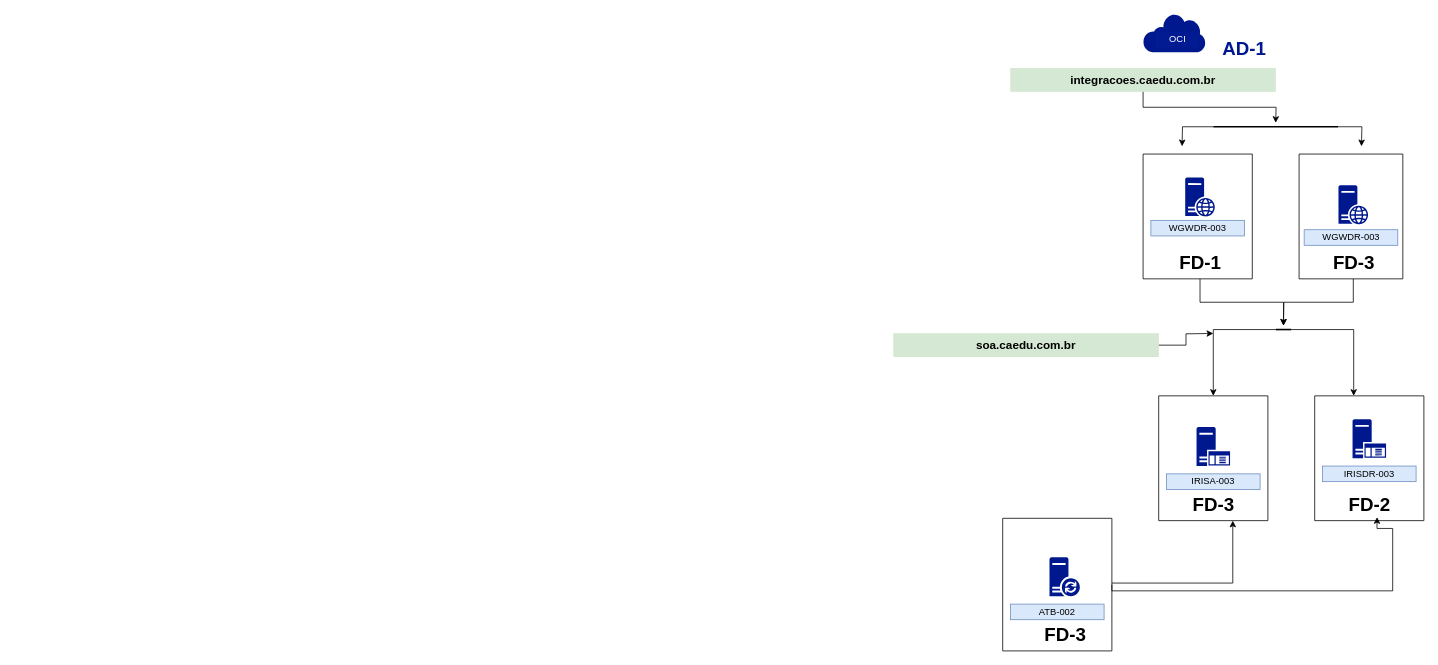
The draw.io diagram page "Servers" (1 of 2) of Diagrama sem nome.drawio in alexandre-vasconcelos/ubuntu, before the edit. Source tidied: cells renumbered, new cells numbered last; positions are measured from the earlier drawing's top-left corner, leaving out a move shared by most shapes. Both pictures are drawn from the tidied source at 78%, with x=0, y=0 at pixel (893, 13).
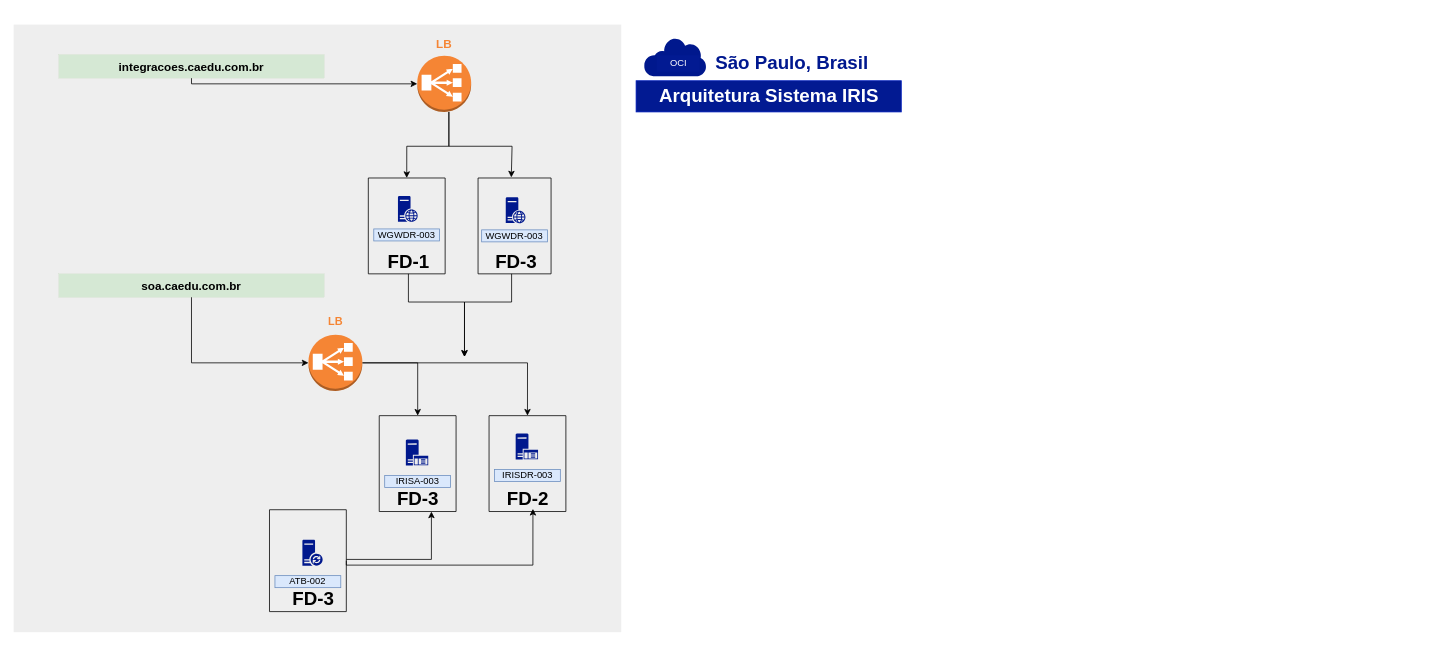
The same diagram, later.

Change to the diagram source:
```diff
@@
+    <mxCell id="40" style="whiteSpace=wrap;html=1;fillColor=#eeeeee;strokeColor=none;" parent="1" vertex="1">
+      <mxGeometry x="-1128" y="14" width="779" height="779" as="geometry" />
+    </mxCell>
     <mxCell id="2" style="sketch=0;shadow=0;dashed=0;html=1;strokeColor=none;labelPosition=center;verticalLabelPosition=bottom;verticalAlign=top;align=center;fillColor=#00188D;shape=mxgraph.mscae.enterprise.internet;" parent="1" vertex="1">
-      <mxGeometry x="320" width="80" height="49.6" as="geometry" />
+      <mxGeometry x="-320" y="30.6" width="80" height="49.6" as="geometry" />
     </mxCell>
     <mxCell id="3" value="OCI" style="text;html=1;align=center;verticalAlign=middle;whiteSpace=wrap;rounded=0;fillColor=#021a92;strokeColor=none;fontColor=#ffffff;" parent="1" vertex="1">
-      <mxGeometry x="336.5" y="22.6" width="55" height="21.4" as="geometry" />
+      <mxGeometry x="-303.5" y="53.2" width="55" height="21.4" as="geometry" />
     </mxCell>
-    <mxCell id="4" value="&lt;h1&gt;AD-1&lt;/h1&gt;" style="text;html=1;align=center;verticalAlign=middle;whiteSpace=wrap;rounded=0;fontColor=#00188f;" parent="1" vertex="1">
-      <mxGeometry x="420" y="31" width="60" height="30" as="geometry" />
-    </mxCell>
+    <mxCell id="41" style="edgeStyle=orthogonalEdgeStyle;rounded=0;jettySize=auto;html=1;" parent="1" edge="1" source="28" target="47">
+      <mxGeometry relative="1" as="geometry">
+        <Array as="points">
+          <mxPoint x="-900" y="90" />
+        </Array>
+      </mxGeometry>
+    </mxCell>
+    <mxCell id="28" value="&lt;h1 style=&quot;font-size: 15px;&quot;&gt;integracoes.caedu.com.br&lt;/h1&gt;" style="text;html=1;align=center;verticalAlign=middle;whiteSpace=wrap;rounded=0;strokeWidth=0;fontSize=15;fillColor=#d5e8d4;strokeColor=#82b366;" parent="1" vertex="1">
+      <mxGeometry x="-1070" y="52.6" width="340" height="30" as="geometry" />
+    </mxCell>
+    <mxCell id="37" value="&lt;h1 style=&quot;font-size: 15px;&quot;&gt;soa.caedu.com.br&lt;/h1&gt;" style="text;html=1;align=center;verticalAlign=middle;whiteSpace=wrap;rounded=0;strokeWidth=0;fontSize=15;fillColor=#d5e8d4;strokeColor=#82b366;" parent="1" vertex="1">
+      <mxGeometry x="-1070" y="333.6" width="340" height="30" as="geometry" />
+    </mxCell>
+    <mxCell id="42" style="edgeStyle=orthogonalEdgeStyle;rounded=0;jettySize=auto;html=1;" parent="1" edge="1" source="44" target="14">
+      <mxGeometry relative="1" as="geometry" />
+    </mxCell>
+    <mxCell id="43" style="edgeStyle=orthogonalEdgeStyle;rounded=0;jettySize=auto;html=1;entryX=0.5;entryY=0;entryDx=0;entryDy=0;" parent="1" edge="1" source="44" target="18">
+      <mxGeometry relative="1" as="geometry" />
+    </mxCell>
+    <mxCell id="44" style="outlineConnect=0;dashed=0;verticalLabelPosition=bottom;verticalAlign=top;align=center;html=1;shape=mxgraph.aws3.classic_load_balancer;fillColor=#F58534;gradientColor=none;" parent="1" vertex="1">
+      <mxGeometry x="-750" y="411.7" width="69" height="72" as="geometry" />
+    </mxCell>
+    <mxCell id="45" style="edgeStyle=orthogonalEdgeStyle;rounded=0;jettySize=auto;html=1;entryX=0.5;entryY=0;entryDx=0;entryDy=0;" parent="1" edge="1" source="47" target="10">
+      <mxGeometry relative="1" as="geometry">
+        <Array as="points">
+          <mxPoint x="-570" y="170" />
+          <mxPoint x="-624" y="170" />
+        </Array>
+      </mxGeometry>
+    </mxCell>
+    <mxCell id="46" style="edgeStyle=orthogonalEdgeStyle;rounded=0;jettySize=auto;html=1;" parent="1" edge="1" source="47">
+      <mxGeometry relative="1" as="geometry">
+        <mxPoint x="-490" y="210" as="targetPoint" />
+        <Array as="points">
+          <mxPoint x="-570" y="170" />
+          <mxPoint x="-489" y="170" />
+          <mxPoint x="-489" y="210" />
+        </Array>
+      </mxGeometry>
+    </mxCell>
+    <mxCell id="47" style="outlineConnect=0;dashed=0;verticalLabelPosition=bottom;verticalAlign=top;align=center;html=1;shape=mxgraph.aws3.classic_load_balancer;fillColor=#F58534;gradientColor=none;" parent="1" vertex="1">
+      <mxGeometry x="-610.5" y="54" width="69" height="72" as="geometry" />
+    </mxCell>
     <mxCell id="5" style="swimlane;startSize=0;" parent="1" vertex="1">
-      <mxGeometry x="520" y="180" width="133" height="160" as="geometry" />
+      <mxGeometry x="-532.6" y="210.7" width="93.6" height="122.9" as="geometry" />
     </mxCell>
     <mxCell id="6" style="sketch=0;shadow=0;dashed=0;html=1;strokeColor=none;labelPosition=center;verticalLabelPosition=bottom;verticalAlign=top;align=center;fillColor=#00188D;shape=mxgraph.mscae.enterprise.web_server;" parent="5" vertex="1">
-      <mxGeometry x="50.5" y="40" width="38" height="50" as="geometry" />
+      <mxGeometry x="35.5" y="24.7" width="25.3" height="33.3" as="geometry" />
     </mxCell>
-    <mxCell id="7" style="edgeStyle=orthogonalEdgeStyle;rounded=0;jettySize=auto;html=1;exitX=0.5;exitY=1;exitDx=0;exitDy=0;" parent="5" edge="1" source="8">
-      <mxGeometry relative="1" as="geometry">
-        <mxPoint x="-20" y="220" as="targetPoint" />
-      </mxGeometry>
-    </mxCell>
+    <mxCell id="48" style="edgeStyle=orthogonalEdgeStyle;rounded=0;jettySize=auto;html=1;" parent="5" edge="1" source="8">
+      <mxGeometry relative="1" as="geometry">
+        <mxPoint x="-17.4" y="229.3" as="targetPoint" />
+        <Array as="points">
+          <mxPoint x="43" y="159" />
+          <mxPoint x="-17" y="159" />
+        </Array>
+      </mxGeometry>
+    </mxCell>
     <mxCell id="8" value="FD-3" style="text;strokeColor=none;fillColor=none;html=1;fontSize=24;fontStyle=1;verticalAlign=middle;align=center;" parent="5" vertex="1">
-      <mxGeometry x="19.5" y="120" width="100" height="40" as="geometry" />
+      <mxGeometry x="13.7" y="92.2" width="70.4" height="30.7" as="geometry" />
     </mxCell>
     <mxCell id="9" value="WGWDR-003" style="text;html=1;align=center;verticalAlign=middle;whiteSpace=wrap;rounded=0;fillColor=#dae8fc;strokeColor=#6c8ebf;" parent="5" vertex="1">
-      <mxGeometry x="6.5" y="97" width="120" height="20" as="geometry" />
+      <mxGeometry x="4.6" y="66.5" width="84.4" height="15.4" as="geometry" />
     </mxCell>
     <mxCell id="10" style="swimlane;startSize=0;" parent="1" vertex="1">
-      <mxGeometry x="320" y="180" width="140" height="160" as="geometry" />
+      <mxGeometry x="-673.3" y="210.7" width="98.5" height="122.9" as="geometry" />
     </mxCell>
     <mxCell id="11" style="sketch=0;shadow=0;dashed=0;html=1;strokeColor=none;labelPosition=center;verticalLabelPosition=bottom;verticalAlign=top;align=center;fillColor=#00188D;shape=mxgraph.mscae.enterprise.web_server;" parent="10" vertex="1">
-      <mxGeometry x="54" y="30" width="38" height="50" as="geometry" />
+      <mxGeometry x="38" y="23" width="25.3" height="33.3" as="geometry" />
     </mxCell>
     <mxCell id="12" value="WGWDR-003" style="text;html=1;align=center;verticalAlign=middle;whiteSpace=wrap;rounded=0;fillColor=#dae8fc;strokeColor=#6c8ebf;" parent="10" vertex="1">
-      <mxGeometry x="10" y="85" width="120" height="20" as="geometry" />
+      <mxGeometry x="7" y="65.3" width="84.4" height="15.4" as="geometry" />
     </mxCell>
+    <mxCell id="49" style="edgeStyle=orthogonalEdgeStyle;rounded=0;jettySize=auto;html=1;" parent="10" edge="1" source="13">
+      <mxGeometry relative="1" as="geometry">
+        <mxPoint x="123.3" y="229.3" as="targetPoint" />
+        <Array as="points">
+          <mxPoint x="51" y="159" />
+          <mxPoint x="123" y="159" />
+        </Array>
+      </mxGeometry>
+    </mxCell>
     <mxCell id="13" value="FD-1" style="text;strokeColor=none;fillColor=none;html=1;fontSize=24;fontStyle=1;verticalAlign=middle;align=center;" parent="10" vertex="1">
-      <mxGeometry x="23" y="120" width="100" height="40" as="geometry" />
+      <mxGeometry x="16.2" y="92.2" width="70.4" height="30.7" as="geometry" />
     </mxCell>
     <mxCell id="14" style="swimlane;startSize=0;" parent="1" vertex="1">
-      <mxGeometry x="340" y="490" width="140" height="160" as="geometry" />
+      <mxGeometry x="-659.3" y="515.4" width="98.5" height="122.9" as="geometry" />
     </mxCell>
     <mxCell id="15" value="IRISA-003" style="text;html=1;align=center;verticalAlign=middle;whiteSpace=wrap;rounded=0;fillColor=#dae8fc;strokeColor=#6c8ebf;" parent="14" vertex="1">
-      <mxGeometry x="10" y="100" width="120" height="20" as="geometry" />
+      <mxGeometry x="7" y="76.8" width="84.4" height="15.4" as="geometry" />
     </mxCell>
     <mxCell id="16" value="FD-3" style="text;strokeColor=none;fillColor=none;html=1;fontSize=24;fontStyle=1;verticalAlign=middle;align=center;" parent="14" vertex="1">
-      <mxGeometry x="20" y="120" width="100" height="40" as="geometry" />
+      <mxGeometry x="14.1" y="92.2" width="70.4" height="30.7" as="geometry" />
     </mxCell>
     <mxCell id="17" style="sketch=0;shadow=0;dashed=0;html=1;strokeColor=none;labelPosition=center;verticalLabelPosition=bottom;verticalAlign=top;align=center;fillColor=#00188D;shape=mxgraph.mscae.enterprise.application_server;" parent="14" vertex="1">
-      <mxGeometry x="48.5" y="40" width="43" height="50" as="geometry" />
+      <mxGeometry x="34.1" y="30.7" width="28.7" height="33.3" as="geometry" />
     </mxCell>
     <mxCell id="18" style="swimlane;startSize=0;" parent="1" vertex="1">
-      <mxGeometry x="540" y="490" width="140" height="160" as="geometry" />
+      <mxGeometry x="-518.5" y="515.4" width="98.5" height="122.9" as="geometry" />
     </mxCell>
     <mxCell id="19" value="IRISDR-003" style="text;html=1;align=center;verticalAlign=middle;whiteSpace=wrap;rounded=0;fillColor=#dae8fc;strokeColor=#6c8ebf;" parent="18" vertex="1">
-      <mxGeometry x="10" y="90" width="120" height="20" as="geometry" />
+      <mxGeometry x="7" y="69.1" width="84.4" height="15.4" as="geometry" />
     </mxCell>
     <mxCell id="20" value="FD-2" style="text;strokeColor=none;fillColor=none;html=1;fontSize=24;fontStyle=1;verticalAlign=middle;align=center;" parent="18" vertex="1">
-      <mxGeometry x="20" y="120" width="100" height="40" as="geometry" />
+      <mxGeometry x="14.1" y="92.2" width="70.4" height="30.7" as="geometry" />
     </mxCell>
     <mxCell id="21" style="sketch=0;shadow=0;dashed=0;html=1;strokeColor=none;labelPosition=center;verticalLabelPosition=bottom;verticalAlign=top;align=center;fillColor=#00188D;shape=mxgraph.mscae.enterprise.application_server;" parent="18" vertex="1">
-      <mxGeometry x="48.5" y="30" width="43" height="50" as="geometry" />
+      <mxGeometry x="34.1" y="23" width="28.7" height="33.3" as="geometry" />
     </mxCell>
     <mxCell id="22" style="edgeStyle=orthogonalEdgeStyle;rounded=0;jettySize=auto;html=1;entryX=0.75;entryY=1;entryDx=0;entryDy=0;" parent="1" edge="1" source="23" target="16">
       <mxGeometry relative="1" as="geometry">
         <Array as="points">
-          <mxPoint x="435" y="730" />
+          <mxPoint x="-592.4" y="699.7" />
         </Array>
       </mxGeometry>
     </mxCell>
     <mxCell id="23" style="swimlane;startSize=0;fillColor=default;" parent="1" vertex="1">
-      <mxGeometry x="140" y="647" width="140" height="170" as="geometry" />
+      <mxGeometry x="-800" y="636" width="98.5" height="130.6" as="geometry" />
     </mxCell>
     <mxCell id="24" value="ATB-002" style="text;html=1;align=center;verticalAlign=middle;whiteSpace=wrap;rounded=0;fillColor=#dae8fc;strokeColor=#6c8ebf;" parent="23" vertex="1">
-      <mxGeometry x="10" y="110" width="120" height="20" as="geometry" />
+      <mxGeometry x="7" y="84.5" width="84.4" height="15.4" as="geometry" />
     </mxCell>
     <mxCell id="25" value="FD-3" style="text;strokeColor=none;fillColor=none;html=1;fontSize=24;fontStyle=1;verticalAlign=middle;align=center;" parent="23" vertex="1">
-      <mxGeometry x="29.5" y="130" width="100" height="40" as="geometry" />
+      <mxGeometry x="20.8" y="99.9" width="70.4" height="30.7" as="geometry" />
     </mxCell>
     <mxCell id="26" style="sketch=0;shadow=0;dashed=0;html=1;strokeColor=none;labelPosition=center;verticalLabelPosition=bottom;verticalAlign=top;align=center;fillColor=#00188D;shape=mxgraph.mscae.enterprise.database_synchronization;direction=east;" parent="23" vertex="1">
-      <mxGeometry x="60" y="50" width="39" height="50" as="geometry" />
+      <mxGeometry x="42.2" y="38.4" width="26" height="33.3" as="geometry" />
     </mxCell>
-    <mxCell id="27" style="edgeStyle=orthogonalEdgeStyle;rounded=0;jettySize=auto;html=1;" parent="1" edge="1" source="28">
-      <mxGeometry relative="1" as="geometry">
-        <mxPoint x="490" y="140" as="targetPoint" />
-      </mxGeometry>
-    </mxCell>
-    <mxCell id="28" value="&lt;h1 style=&quot;font-size: 15px;&quot;&gt;integracoes.caedu.com.br&lt;/h1&gt;" style="text;html=1;align=center;verticalAlign=middle;whiteSpace=wrap;rounded=0;strokeWidth=0;fontSize=15;fillColor=#d5e8d4;strokeColor=#82b366;" parent="1" vertex="1">
-      <mxGeometry x="150" y="70" width="340" height="30" as="geometry" />
-    </mxCell>
-    <mxCell id="29" style="edgeStyle=orthogonalEdgeStyle;rounded=0;jettySize=auto;html=1;" parent="1" edge="1" source="31">
-      <mxGeometry relative="1" as="geometry">
-        <mxPoint x="600" y="170" as="targetPoint" />
-      </mxGeometry>
-    </mxCell>
-    <mxCell id="30" style="edgeStyle=orthogonalEdgeStyle;rounded=0;jettySize=auto;html=1;" parent="1" edge="1" source="31">
-      <mxGeometry relative="1" as="geometry">
-        <mxPoint x="370" y="170" as="targetPoint" />
-      </mxGeometry>
-    </mxCell>
-    <mxCell id="31" style="line;strokeWidth=2;html=1;" parent="1" vertex="1">
-      <mxGeometry x="410" y="140" width="160" height="10" as="geometry" />
-    </mxCell>
-    <mxCell id="32" style="edgeStyle=orthogonalEdgeStyle;rounded=0;jettySize=auto;html=1;" parent="1" edge="1" source="34" target="18">
-      <mxGeometry relative="1" as="geometry">
-        <Array as="points">
-          <mxPoint x="590" y="405" />
-        </Array>
-      </mxGeometry>
-    </mxCell>
-    <mxCell id="33" style="edgeStyle=orthogonalEdgeStyle;rounded=0;jettySize=auto;html=1;entryX=0.5;entryY=0;entryDx=0;entryDy=0;" parent="1" edge="1" source="34" target="14">
-      <mxGeometry relative="1" as="geometry" />
-    </mxCell>
-    <mxCell id="34" style="line;strokeWidth=2;html=1;" parent="1" vertex="1">
-      <mxGeometry x="490" y="400" width="20" height="10" as="geometry" />
-    </mxCell>
-    <mxCell id="35" style="edgeStyle=orthogonalEdgeStyle;rounded=0;jettySize=auto;html=1;exitX=0.5;exitY=1;exitDx=0;exitDy=0;" parent="1" edge="1" source="13" target="34">
-      <mxGeometry relative="1" as="geometry" />
-    </mxCell>
-    <mxCell id="36" style="edgeStyle=orthogonalEdgeStyle;rounded=0;jettySize=auto;html=1;" parent="1" edge="1" source="37">
-      <mxGeometry relative="1" as="geometry">
-        <mxPoint x="410" y="410" as="targetPoint" />
-      </mxGeometry>
-    </mxCell>
-    <mxCell id="37" value="&lt;h1 style=&quot;font-size: 15px;&quot;&gt;soa.caedu.com.br&lt;/h1&gt;" style="text;html=1;align=center;verticalAlign=middle;whiteSpace=wrap;rounded=0;strokeWidth=0;fontSize=15;fillColor=#d5e8d4;strokeColor=#82b366;" parent="1" vertex="1">
-      <mxGeometry y="410" width="340" height="30" as="geometry" />
-    </mxCell>
     <mxCell id="38" style="line;strokeWidth=2;html=1;" parent="1" vertex="1">
-      <mxGeometry x="500" y="420" width="20" as="geometry" />
+      <mxGeometry x="-546.7" y="515.4" width="14.1" as="geometry" />
     </mxCell>
     <mxCell id="39" style="edgeStyle=orthogonalEdgeStyle;rounded=0;jettySize=auto;html=1;entryX=0.571;entryY=0.972;entryDx=0;entryDy=0;entryPerimeter=0;exitX=1;exitY=0.5;exitDx=0;exitDy=0;" parent="1" edge="1" source="23" target="18">
       <mxGeometry relative="1" as="geometry">
         <Array as="points">
-          <mxPoint x="280" y="740" />
-          <mxPoint x="640" y="740" />
-          <mxPoint x="640" y="660" />
-          <mxPoint x="620" y="660" />
+          <mxPoint x="-701" y="707" />
+          <mxPoint x="-462" y="707" />
         </Array>
       </mxGeometry>
     </mxCell>
+    <mxCell id="50" style="edgeStyle=orthogonalEdgeStyle;rounded=0;jettySize=auto;html=1;entryX=0;entryY=0.5;entryDx=0;entryDy=0;entryPerimeter=0;" parent="1" edge="1" source="37" target="44">
+      <mxGeometry relative="1" as="geometry" />
+    </mxCell>
+    <mxCell id="51" value="Arquitetura Sistema IRIS" style="text;strokeColor=#001DBC;fillColor=#021a92;html=1;fontSize=24;fontStyle=1;verticalAlign=middle;align=center;fontColor=#ffffff;" parent="1" vertex="1">
+      <mxGeometry x="-330" y="86" width="340" height="40" as="geometry" />
+    </mxCell>
+    <mxCell id="52" value="&lt;h1&gt;São Paulo, Brasil&lt;/h1&gt;" style="text;html=1;align=center;verticalAlign=middle;whiteSpace=wrap;rounded=0;fontColor=#00188f;" parent="1" vertex="1">
+      <mxGeometry x="-250" y="48.8" width="240" height="30" as="geometry" />
+    </mxCell>
+    <mxCell id="53" value="LB" style="text;html=1;align=center;verticalAlign=middle;whiteSpace=wrap;rounded=0;fontColor=#f58534;fontStyle=1;fontSize=14;" parent="1" vertex="1">
+      <mxGeometry x="-735.5" y="379.5" width="40" height="30" as="geometry" />
+    </mxCell>
+    <mxCell id="54" value="LB" style="text;html=1;align=center;verticalAlign=middle;whiteSpace=wrap;rounded=0;fontColor=#f58534;fontStyle=1;fontSize=15;" parent="1" vertex="1">
+      <mxGeometry x="-591" y="24" width="30" height="30" as="geometry" />
+    </mxCell>
```
